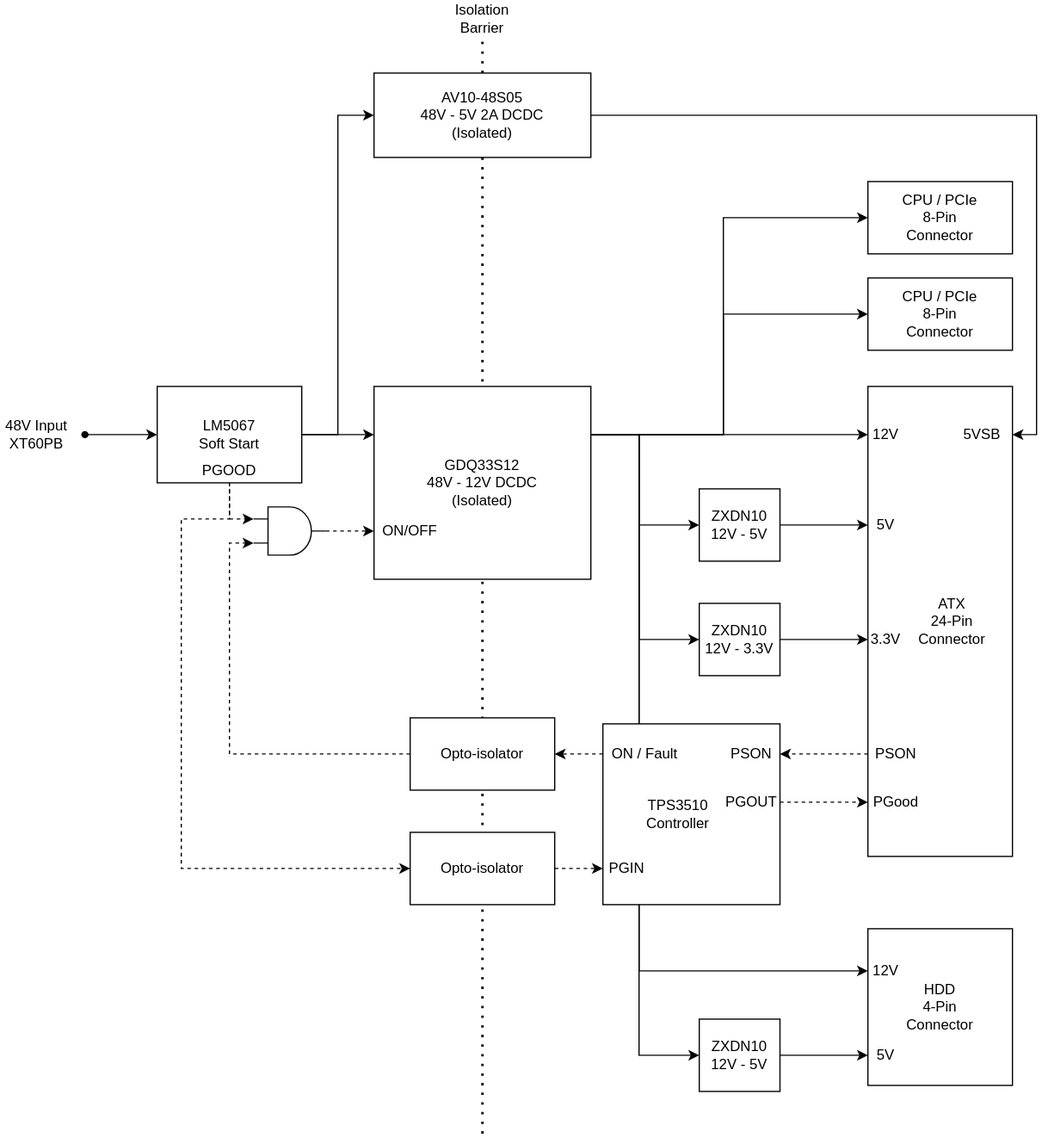
Before: atx48.drawio.svg, a diagram exported from draw.io (t123yh/atx48). Source tidied: cells renumbered, new cells last; positions are measured from the earlier drawing's top-left corner, leaving out a move shared by most shapes.
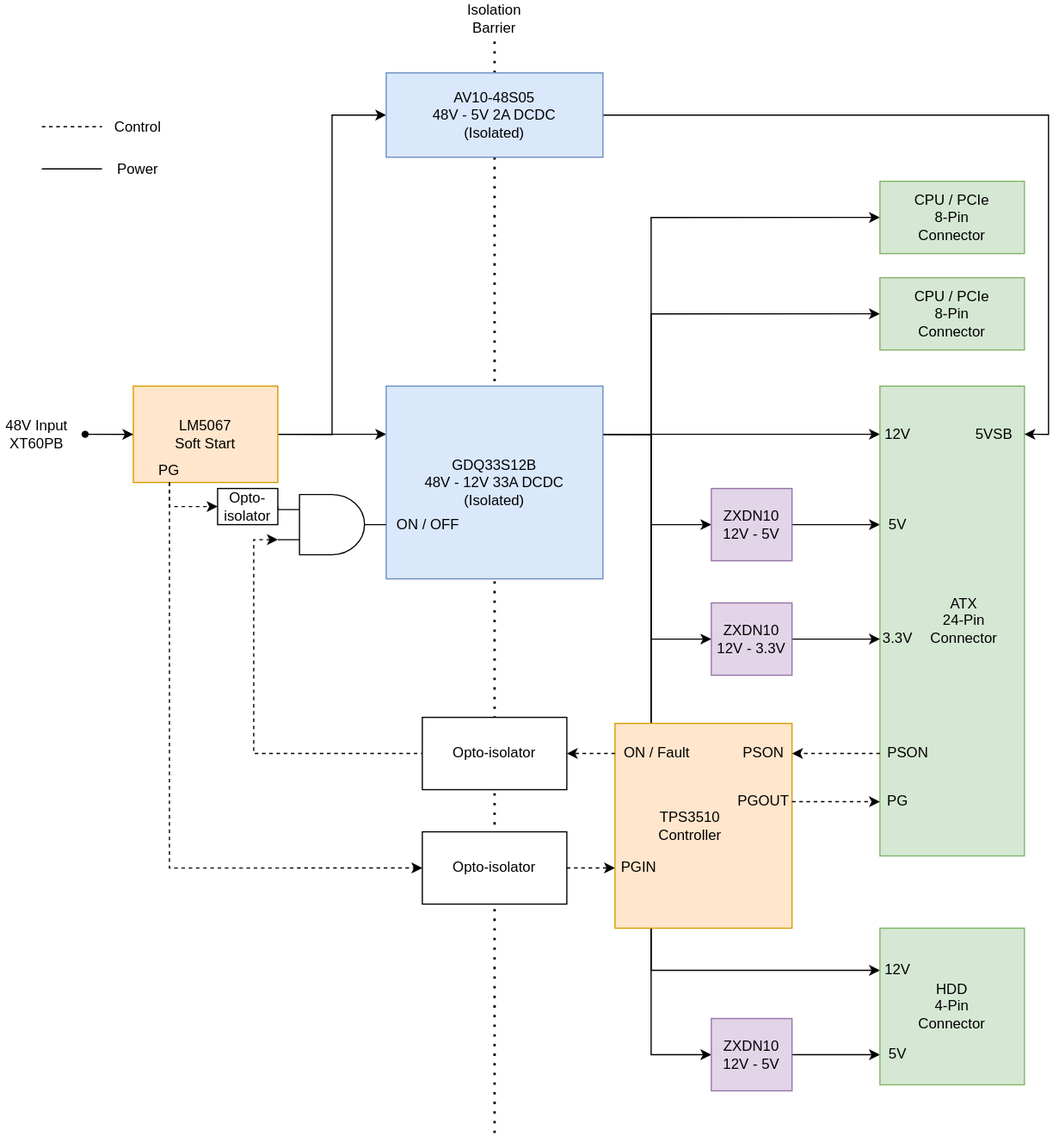
The same diagram one commit later.

Diff of the diagram source:
```diff
@@ -12,22 +12,19 @@
       <mxGeometry relative="1" as="geometry" />
     </mxCell>
     <mxCell id="4" style="shape=waypoint;sketch=0;fillStyle=solid;size=6;points=[];fillColor=none;perimeter=centerPerimeter;snapToPoint=1;" parent="1" vertex="1">
-      <mxGeometry x="50" y="340" width="40" height="40" as="geometry" />
+      <mxGeometry x="40" y="340" width="40" height="40" as="geometry" />
     </mxCell>
     <mxCell id="5" value="48V Input&lt;br&gt;XT60PB" style="text;html=1;strokeColor=none;fillColor=none;align=center;verticalAlign=middle;whiteSpace=wrap;rounded=0;" parent="1" vertex="1">
-      <mxGeometry y="345" width="60" height="30" as="geometry" />
+      <mxGeometry x="-10" y="345" width="60" height="30" as="geometry" />
     </mxCell>
     <mxCell id="6" style="edgeStyle=orthogonalEdgeStyle;rounded=0;jettySize=auto;html=1;exitX=1;exitY=0.5;exitDx=0;exitDy=0;entryX=0;entryY=0.25;entryDx=0;entryDy=0;" parent="1" edge="1" source="9" target="17">
       <mxGeometry relative="1" as="geometry" />
     </mxCell>
-    <mxCell id="7" style="edgeStyle=orthogonalEdgeStyle;rounded=0;jettySize=auto;html=1;entryX=0;entryY=0.25;entryDx=0;entryDy=0;entryPerimeter=0;endArrow=classic;endFill=1;dashed=1;" parent="1" edge="1" source="9" target="23">
-      <mxGeometry relative="1" as="geometry" />
-    </mxCell>
     <mxCell id="8" style="edgeStyle=orthogonalEdgeStyle;rounded=0;jettySize=auto;html=1;exitX=1;exitY=0.5;exitDx=0;exitDy=0;entryX=0;entryY=0.5;entryDx=0;entryDy=0;startArrow=none;startFill=0;endArrow=classic;endFill=1;" parent="1" edge="1" source="9" target="53">
       <mxGeometry relative="1" as="geometry" />
     </mxCell>
-    <mxCell id="9" value="LM5067&lt;br&gt;Soft Start" style="rounded=0;whiteSpace=wrap;html=1;" parent="1" vertex="1">
-      <mxGeometry x="130" y="320" width="120" height="80" as="geometry" />
+    <mxCell id="9" value="LM5067&lt;br&gt;Soft Start" style="rounded=0;whiteSpace=wrap;html=1;fillColor=#ffe6cc;strokeColor=#d79b00;" parent="1" vertex="1">
+      <mxGeometry x="100" y="320" width="120" height="80" as="geometry" />
     </mxCell>
     <mxCell id="10" style="edgeStyle=orthogonalEdgeStyle;rounded=0;jettySize=auto;html=1;exitX=1;exitY=0.25;exitDx=0;exitDy=0;entryX=0;entryY=0.5;entryDx=0;entryDy=0;endArrow=classic;endFill=1;" parent="1" edge="1" source="17" target="30">
       <mxGeometry relative="1" as="geometry" />
@@ -35,16 +32,16 @@
     <mxCell id="11" style="edgeStyle=orthogonalEdgeStyle;rounded=0;jettySize=auto;html=1;exitX=1;exitY=0.25;exitDx=0;exitDy=0;entryX=0;entryY=0.5;entryDx=0;entryDy=0;endArrow=classic;endFill=1;" parent="1" edge="1" source="17" target="37">
       <mxGeometry relative="1" as="geometry">
         <Array as="points">
-          <mxPoint x="600" y="360" />
-          <mxPoint x="600" y="260" />
+          <mxPoint x="530" y="360" />
+          <mxPoint x="530" y="260" />
         </Array>
       </mxGeometry>
     </mxCell>
     <mxCell id="12" style="edgeStyle=orthogonalEdgeStyle;rounded=0;jettySize=auto;html=1;exitX=1;exitY=0.25;exitDx=0;exitDy=0;entryX=0;entryY=0.5;entryDx=0;entryDy=0;endArrow=classic;endFill=1;" parent="1" edge="1" source="17" target="38">
       <mxGeometry relative="1" as="geometry">
         <Array as="points">
-          <mxPoint x="600" y="360" />
-          <mxPoint x="600" y="180" />
+          <mxPoint x="530" y="360" />
+          <mxPoint x="530" y="180" />
         </Array>
       </mxGeometry>
     </mxCell>
@@ -80,46 +77,46 @@
         </Array>
       </mxGeometry>
     </mxCell>
-    <mxCell id="17" value="GDQ33S12&lt;br&gt;48V - 12V DCDC&lt;br&gt;(Isolated)" style="rounded=0;whiteSpace=wrap;html=1;" parent="1" vertex="1">
+    <mxCell id="17" value="GDQ33S12B&lt;br&gt;48V - 12V 33A DCDC&lt;br&gt;(Isolated)" style="rounded=0;whiteSpace=wrap;html=1;fillColor=#dae8fc;strokeColor=#6c8ebf;" parent="1" vertex="1">
       <mxGeometry x="310" y="320" width="180" height="160" as="geometry" />
     </mxCell>
     <mxCell id="18" style="edgeStyle=orthogonalEdgeStyle;rounded=0;jettySize=auto;html=1;exitX=1;exitY=0.5;exitDx=0;exitDy=0;entryX=0;entryY=0.5;entryDx=0;entryDy=0;endArrow=classic;endFill=1;" parent="1" edge="1" source="19" target="33">
       <mxGeometry relative="1" as="geometry" />
     </mxCell>
-    <mxCell id="19" value="ZXDN10&lt;br&gt;12V - 5V" style="rounded=0;whiteSpace=wrap;html=1;" parent="1" vertex="1">
+    <mxCell id="19" value="ZXDN10&lt;br&gt;12V - 5V" style="rounded=0;whiteSpace=wrap;html=1;fillColor=#e1d5e7;strokeColor=#9673a6;" parent="1" vertex="1">
       <mxGeometry x="580" y="405" width="67" height="60" as="geometry" />
     </mxCell>
-    <mxCell id="20" style="edgeStyle=orthogonalEdgeStyle;rounded=0;jettySize=auto;html=1;entryX=0;entryY=0.75;entryDx=0;entryDy=0;entryPerimeter=0;endArrow=classic;endFill=1;dashed=1;" parent="1" edge="1" source="21" target="23">
-      <mxGeometry relative="1" as="geometry">
-        <Array as="points">
-          <mxPoint x="190" y="625" />
-          <mxPoint x="190" y="450" />
-        </Array>
-      </mxGeometry>
-    </mxCell>
     <mxCell id="21" value="Opto-isolator" style="rounded=0;whiteSpace=wrap;html=1;" parent="1" vertex="1">
       <mxGeometry x="340" y="595" width="120" height="60" as="geometry" />
     </mxCell>
-    <mxCell id="22" style="edgeStyle=orthogonalEdgeStyle;rounded=0;jettySize=auto;html=1;exitX=1;exitY=0.5;exitDx=0;exitDy=0;exitPerimeter=0;endArrow=classic;endFill=1;dashed=1;" parent="1" edge="1" source="23" target="26">
+    <mxCell id="22" style="edgeStyle=orthogonalEdgeStyle;rounded=0;jettySize=auto;html=1;exitX=1;exitY=0.5;exitDx=0;exitDy=0;exitPerimeter=0;entryX=0;entryY=0.5;entryDx=0;entryDy=0;" parent="1" edge="1" source="23" target="26">
       <mxGeometry relative="1" as="geometry" />
     </mxCell>
+    <mxCell id="56" style="edgeStyle=orthogonalEdgeStyle;rounded=0;jettySize=auto;html=1;exitX=0;exitY=0.75;exitDx=0;exitDy=0;exitPerimeter=0;entryX=0;entryY=0.5;entryDx=0;entryDy=0;dashed=1;endArrow=none;endFill=0;startArrow=classic;startFill=1;" parent="1" edge="1" source="23" target="21">
+      <mxGeometry relative="1" as="geometry" />
+    </mxCell>
     <mxCell id="23" style="verticalLabelPosition=bottom;shadow=0;dashed=0;align=center;html=1;verticalAlign=top;shape=mxgraph.electrical.logic_gates.logic_gate;operation=and;" parent="1" vertex="1">
-      <mxGeometry x="210" y="420" width="60" height="40" as="geometry" />
+      <mxGeometry x="220" y="410" width="90" height="50" as="geometry" />
     </mxCell>
     <mxCell id="24" style="edgeStyle=orthogonalEdgeStyle;rounded=0;jettySize=auto;html=1;exitX=0.5;exitY=1;exitDx=0;exitDy=0;dashed=1;startArrow=none;startFill=0;endArrow=classic;endFill=1;entryX=0;entryY=0.5;entryDx=0;entryDy=0;" parent="1" edge="1" source="25" target="28">
       <mxGeometry relative="1" as="geometry">
         <Array as="points">
-          <mxPoint x="190" y="430" />
-          <mxPoint x="150" y="430" />
-          <mxPoint x="150" y="720" />
+          <mxPoint x="130" y="720" />
         </Array>
       </mxGeometry>
     </mxCell>
+    <mxCell id="57" style="edgeStyle=orthogonalEdgeStyle;rounded=0;jettySize=auto;html=1;exitX=0.5;exitY=1;exitDx=0;exitDy=0;entryX=0;entryY=0.5;entryDx=0;entryDy=0;dashed=1;" parent="1" edge="1" source="25" target="59">
+      <mxGeometry relative="1" as="geometry">
+        <Array as="points">
+          <mxPoint x="130" y="420" />
+        </Array>
+      </mxGeometry>
+    </mxCell>
-    <mxCell id="25" value="PGOOD" style="text;html=1;strokeColor=none;fillColor=none;align=center;verticalAlign=middle;whiteSpace=wrap;rounded=0;" parent="1" vertex="1">
-      <mxGeometry x="160" y="375" width="60" height="30" as="geometry" />
+    <mxCell id="25" value="PG" style="text;html=1;strokeColor=none;fillColor=none;align=center;verticalAlign=middle;whiteSpace=wrap;rounded=0;" parent="1" vertex="1">
+      <mxGeometry x="100" y="380" width="60" height="20" as="geometry" />
     </mxCell>
-    <mxCell id="26" value="ON/OFF" style="text;html=1;strokeColor=none;fillColor=none;align=center;verticalAlign=middle;whiteSpace=wrap;rounded=0;" parent="1" vertex="1">
-      <mxGeometry x="310" y="425" width="60" height="30" as="geometry" />
+    <mxCell id="26" value="ON / OFF" style="text;html=1;strokeColor=none;fillColor=none;align=center;verticalAlign=middle;whiteSpace=wrap;rounded=0;" parent="1" vertex="1">
+      <mxGeometry x="310" y="420" width="70" height="30" as="geometry" />
     </mxCell>
     <mxCell id="27" style="edgeStyle=orthogonalEdgeStyle;rounded=0;jettySize=auto;html=1;exitX=1;exitY=0.5;exitDx=0;exitDy=0;dashed=1;startArrow=none;startFill=0;endArrow=classic;endFill=1;" parent="1" edge="1" source="28" target="48">
       <mxGeometry relative="1" as="geometry" />
@@ -127,7 +124,7 @@
     <mxCell id="28" value="Opto-isolator" style="rounded=0;whiteSpace=wrap;html=1;" parent="1" vertex="1">
       <mxGeometry x="340" y="690" width="120" height="60" as="geometry" />
     </mxCell>
-    <mxCell id="29" value="ATX&lt;br&gt;24-Pin&lt;br&gt;Connector" style="rounded=0;whiteSpace=wrap;html=1;spacingRight=0;spacingLeft=20;" parent="1" vertex="1">
+    <mxCell id="29" value="ATX&lt;br&gt;24-Pin&lt;br&gt;Connector" style="rounded=0;whiteSpace=wrap;html=1;spacingRight=0;spacingLeft=20;fillColor=#d5e8d4;strokeColor=#82b366;" parent="1" vertex="1">
       <mxGeometry x="720" y="320" width="120" height="390" as="geometry" />
     </mxCell>
     <mxCell id="30" value="12V" style="text;html=1;strokeColor=none;fillColor=none;align=center;verticalAlign=middle;whiteSpace=wrap;rounded=0;" parent="1" vertex="1">
@@ -136,7 +133,7 @@
     <mxCell id="31" style="edgeStyle=orthogonalEdgeStyle;rounded=0;jettySize=auto;html=1;exitX=1;exitY=0.5;exitDx=0;exitDy=0;entryX=0;entryY=0.5;entryDx=0;entryDy=0;endArrow=classic;endFill=1;" parent="1" edge="1" source="32" target="34">
       <mxGeometry relative="1" as="geometry" />
     </mxCell>
-    <mxCell id="32" value="ZXDN10&lt;br&gt;12V - 3.3V" style="rounded=0;whiteSpace=wrap;html=1;" parent="1" vertex="1">
+    <mxCell id="32" value="ZXDN10&lt;br&gt;12V - 3.3V" style="rounded=0;whiteSpace=wrap;html=1;fillColor=#e1d5e7;strokeColor=#9673a6;" parent="1" vertex="1">
       <mxGeometry x="580" y="500" width="67" height="60" as="geometry" />
     </mxCell>
     <mxCell id="33" value="5V" style="text;html=1;strokeColor=none;fillColor=none;align=center;verticalAlign=middle;whiteSpace=wrap;rounded=0;" parent="1" vertex="1">
@@ -148,17 +145,17 @@
     <mxCell id="35" style="edgeStyle=orthogonalEdgeStyle;rounded=0;jettySize=auto;html=1;exitX=1;exitY=0.5;exitDx=0;exitDy=0;entryX=0;entryY=0.5;entryDx=0;entryDy=0;startArrow=none;startFill=0;endArrow=classic;endFill=1;" parent="1" edge="1" source="36" target="50">
       <mxGeometry relative="1" as="geometry" />
     </mxCell>
-    <mxCell id="36" value="ZXDN10&lt;br&gt;12V - 5V" style="rounded=0;whiteSpace=wrap;html=1;" parent="1" vertex="1">
+    <mxCell id="36" value="ZXDN10&lt;br&gt;12V - 5V" style="rounded=0;whiteSpace=wrap;html=1;fillColor=#e1d5e7;strokeColor=#9673a6;" parent="1" vertex="1">
       <mxGeometry x="580" y="845" width="67" height="60" as="geometry" />
     </mxCell>
-    <mxCell id="37" value="CPU / PCIe&lt;br&gt;8-Pin&lt;br&gt;Connector" style="rounded=0;whiteSpace=wrap;html=1;" parent="1" vertex="1">
+    <mxCell id="37" value="CPU / PCIe&lt;br&gt;8-Pin&lt;br&gt;Connector" style="rounded=0;whiteSpace=wrap;html=1;fillColor=#d5e8d4;strokeColor=#82b366;" parent="1" vertex="1">
       <mxGeometry x="720" y="230" width="120" height="60" as="geometry" />
     </mxCell>
-    <mxCell id="38" value="CPU / PCIe&lt;br&gt;8-Pin&lt;br&gt;Connector" style="rounded=0;whiteSpace=wrap;html=1;" parent="1" vertex="1">
+    <mxCell id="38" value="CPU / PCIe&lt;br&gt;8-Pin&lt;br&gt;Connector" style="rounded=0;whiteSpace=wrap;html=1;fillColor=#d5e8d4;strokeColor=#82b366;" parent="1" vertex="1">
       <mxGeometry x="720" y="150" width="120" height="60" as="geometry" />
     </mxCell>
-    <mxCell id="39" value="TPS3510&lt;br&gt;Controller" style="rounded=0;whiteSpace=wrap;html=1;spacingLeft=-22;" parent="1" vertex="1">
-      <mxGeometry x="500" y="600" width="147" height="150" as="geometry" />
+    <mxCell id="39" value="TPS3510&lt;br&gt;Controller" style="rounded=0;whiteSpace=wrap;html=1;spacingLeft=-22;fillColor=#ffe6cc;strokeColor=#d79b00;" parent="1" vertex="1">
+      <mxGeometry x="500" y="600" width="147" height="170" as="geometry" />
     </mxCell>
     <mxCell id="40" value="PSON" style="text;html=1;strokeColor=none;fillColor=none;align=center;verticalAlign=middle;whiteSpace=wrap;rounded=0;" parent="1" vertex="1">
       <mxGeometry x="600" y="610" width="47" height="30" as="geometry" />
@@ -175,8 +172,8 @@
     <mxCell id="44" value="PSON" style="text;html=1;strokeColor=none;fillColor=none;align=center;verticalAlign=middle;whiteSpace=wrap;rounded=0;" parent="1" vertex="1">
       <mxGeometry x="720" y="610" width="47" height="30" as="geometry" />
     </mxCell>
-    <mxCell id="45" value="PGood" style="text;html=1;strokeColor=none;fillColor=none;align=center;verticalAlign=middle;whiteSpace=wrap;rounded=0;" parent="1" vertex="1">
-      <mxGeometry x="720" y="650" width="47" height="30" as="geometry" />
+    <mxCell id="45" value="PG" style="text;html=1;strokeColor=none;fillColor=none;align=center;verticalAlign=middle;whiteSpace=wrap;rounded=0;" parent="1" vertex="1">
+      <mxGeometry x="720" y="650" width="30" height="30" as="geometry" />
     </mxCell>
     <mxCell id="46" style="edgeStyle=orthogonalEdgeStyle;rounded=0;jettySize=auto;html=1;exitX=0;exitY=0.5;exitDx=0;exitDy=0;entryX=1;entryY=0.5;entryDx=0;entryDy=0;dashed=1;startArrow=none;startFill=0;endArrow=classic;endFill=1;" parent="1" edge="1" source="47" target="21">
       <mxGeometry relative="1" as="geometry" />
@@ -187,7 +184,7 @@
     <mxCell id="48" value="PGIN" style="text;html=1;strokeColor=none;fillColor=none;align=center;verticalAlign=middle;whiteSpace=wrap;rounded=0;" parent="1" vertex="1">
       <mxGeometry x="500" y="705" width="40" height="30" as="geometry" />
     </mxCell>
-    <mxCell id="49" value="HDD&lt;br&gt;4-Pin&lt;br&gt;Connector" style="rounded=0;whiteSpace=wrap;html=1;" parent="1" vertex="1">
+    <mxCell id="49" value="HDD&lt;br&gt;4-Pin&lt;br&gt;Connector" style="rounded=0;whiteSpace=wrap;html=1;fillColor=#d5e8d4;strokeColor=#82b366;" parent="1" vertex="1">
       <mxGeometry x="720" y="770" width="120" height="130" as="geometry" />
     </mxCell>
     <mxCell id="50" value="5V" style="text;html=1;strokeColor=none;fillColor=none;align=center;verticalAlign=middle;whiteSpace=wrap;rounded=0;" parent="1" vertex="1">
@@ -199,7 +196,7 @@
     <mxCell id="52" style="edgeStyle=orthogonalEdgeStyle;rounded=0;jettySize=auto;html=1;exitX=1;exitY=0.5;exitDx=0;exitDy=0;entryX=1;entryY=0.5;entryDx=0;entryDy=0;startArrow=none;startFill=0;endArrow=classic;endFill=1;" parent="1" edge="1" source="53" target="54">
       <mxGeometry relative="1" as="geometry" />
     </mxCell>
-    <mxCell id="53" value="AV10-48S05&lt;br&gt;48V - 5V 2A DCDC&lt;br&gt;(Isolated)" style="rounded=0;whiteSpace=wrap;html=1;" parent="1" vertex="1">
+    <mxCell id="53" value="AV10-48S05&lt;br&gt;48V - 5V 2A DCDC&lt;br&gt;(Isolated)" style="rounded=0;whiteSpace=wrap;html=1;fillColor=#dae8fc;strokeColor=#6c8ebf;" parent="1" vertex="1">
       <mxGeometry x="310" y="60" width="180" height="70" as="geometry" />
     </mxCell>
     <mxCell id="54" value="5VSB" style="text;html=1;strokeColor=none;fillColor=none;align=center;verticalAlign=middle;whiteSpace=wrap;rounded=0;" parent="1" vertex="1">
@@ -208,5 +205,29 @@
     <mxCell id="55" value="Isolation Barrier" style="text;html=1;strokeColor=none;fillColor=none;align=center;verticalAlign=middle;whiteSpace=wrap;rounded=0;" parent="1" vertex="1">
       <mxGeometry x="370" width="60" height="30" as="geometry" />
     </mxCell>
+    <mxCell id="58" style="edgeStyle=orthogonalEdgeStyle;rounded=0;jettySize=auto;html=1;exitX=1;exitY=0.5;exitDx=0;exitDy=0;entryX=0;entryY=0.25;entryDx=0;entryDy=0;entryPerimeter=0;dashed=1;endArrow=none;endFill=0;" parent="1" edge="1" source="59" target="23">
+      <mxGeometry relative="1" as="geometry" />
+    </mxCell>
+    <mxCell id="59" value="Opto-isolator" style="rounded=0;whiteSpace=wrap;html=1;" parent="1" vertex="1">
+      <mxGeometry x="170" y="405" width="50" height="30" as="geometry" />
+    </mxCell>
+    <mxCell id="60" style="endArrow=none;html=1;rounded=0;dashed=1;" parent="1" edge="1">
+      <mxGeometry relative="1" as="geometry">
+        <mxPoint x="24" y="104.7" as="sourcePoint" />
+        <mxPoint x="74" y="104.7" as="targetPoint" />
+      </mxGeometry>
+    </mxCell>
+    <mxCell id="61" value="Control" style="text;html=1;strokeColor=none;fillColor=none;align=center;verticalAlign=middle;whiteSpace=wrap;rounded=0;" parent="1" vertex="1">
+      <mxGeometry x="74" y="90" width="60" height="30" as="geometry" />
+    </mxCell>
+    <mxCell id="62" style="endArrow=none;html=1;rounded=0;" parent="1" edge="1">
+      <mxGeometry relative="1" as="geometry">
+        <mxPoint x="24" y="139.7" as="sourcePoint" />
+        <mxPoint x="74" y="139.7" as="targetPoint" />
+      </mxGeometry>
+    </mxCell>
+    <mxCell id="63" value="Power" style="text;html=1;strokeColor=none;fillColor=none;align=center;verticalAlign=middle;whiteSpace=wrap;rounded=0;" parent="1" vertex="1">
+      <mxGeometry x="74" y="125" width="60" height="30" as="geometry" />
+    </mxCell>
   </root>
 </mxGraphModel>
```
